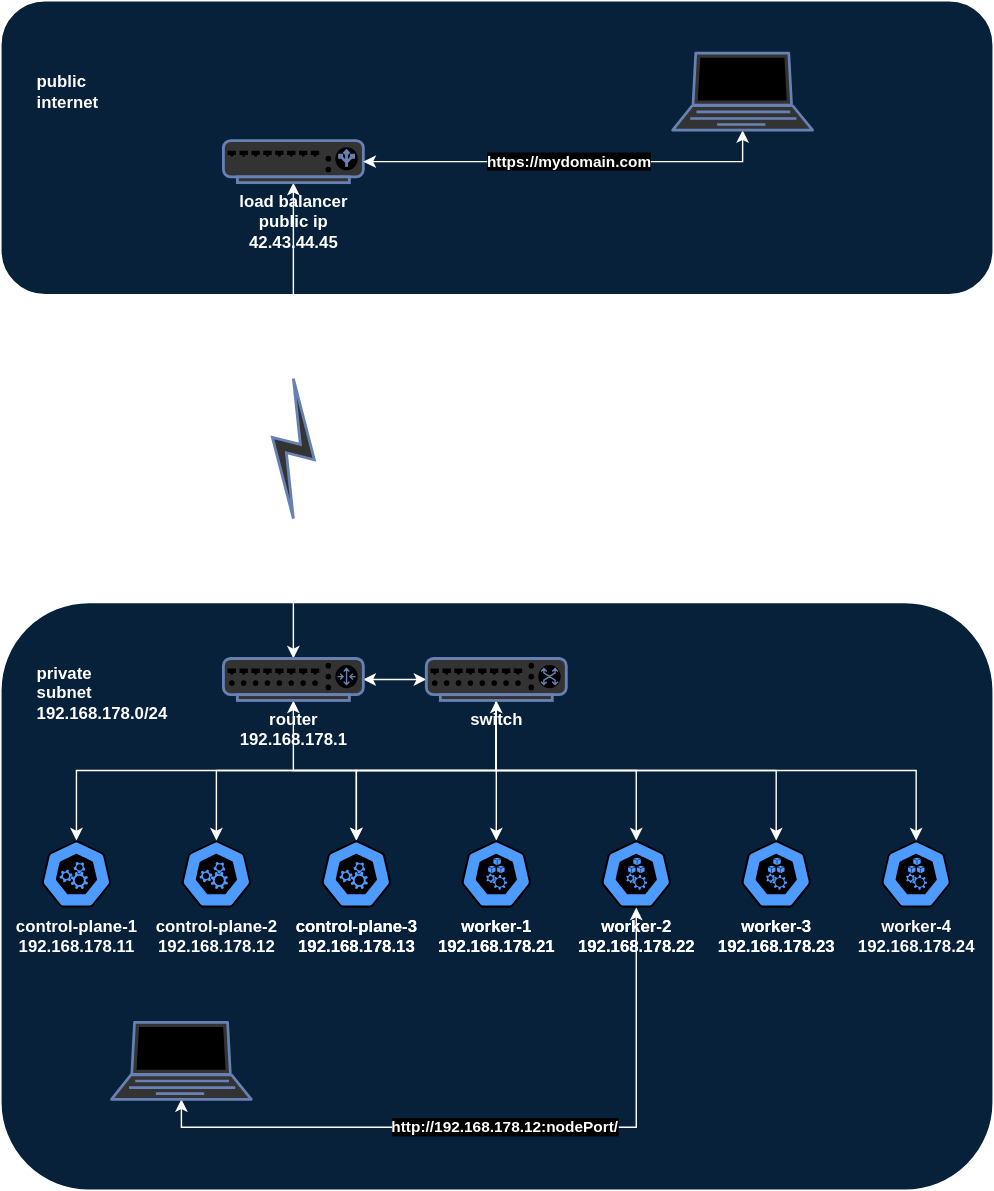
Earlier version of the draw.io export doku/kuba-network.svg (bihalu/kuba). Source tidied: cells renumbered, new cells last; positions are measured from the earlier drawing's top-left corner, leaving out a move shared by most shapes.
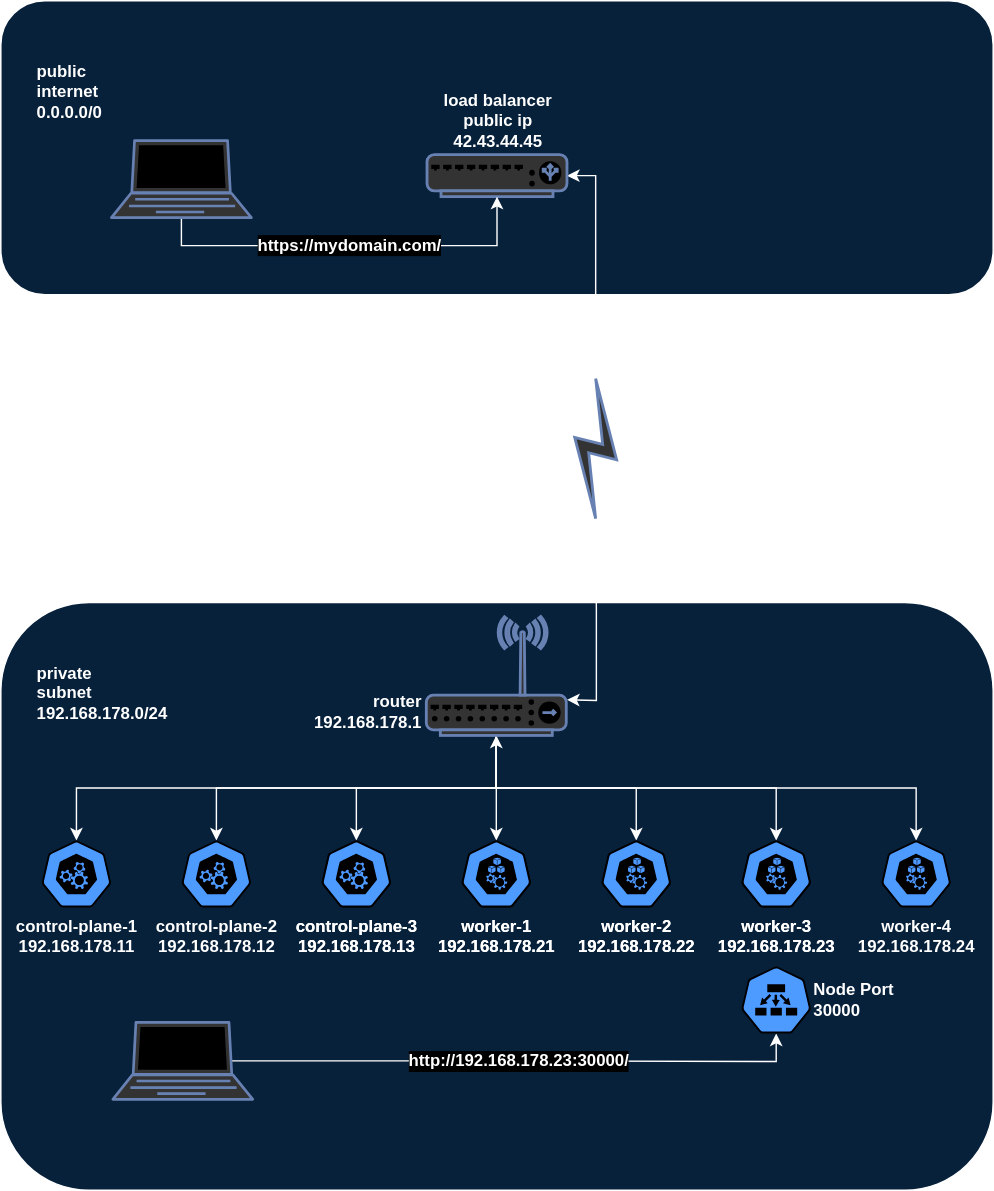
The same diagram one commit later.

The edit, as a diff of the source:
```diff
@@ -5,9 +5,15 @@
     <mxCell id="2" style="rounded=1;whiteSpace=wrap;html=1;align=center;fillColor=#CCE5FF;fontColor=#66B2FF;fontStyle=1;" parent="1" vertex="1">
       <mxGeometry y="430" width="709" height="420" as="geometry" />
     </mxCell>
+    <mxCell id="37" style="edgeStyle=orthogonalEdgeStyle;rounded=0;jettySize=auto;html=1;exitX=0.5;exitY=0;exitDx=0;exitDy=0;exitPerimeter=0;startArrow=classic;startFill=1;endArrow=none;endFill=0;entryX=0.5;entryY=1;entryDx=0;entryDy=0;entryPerimeter=0;" parent="1" edge="1" source="3" target="14">
+      <mxGeometry relative="1" as="geometry" />
+    </mxCell>
     <mxCell id="3" value="control-plane-1&lt;br&gt;192.168.178.11" style="sketch=0;html=1;dashed=0;whitespace=wrap;fillColor=#2875E2;strokeColor=#ffffff;points=[[0.005,0.63,0],[0.1,0.2,0],[0.9,0.2,0],[0.5,0,0],[0.995,0.63,0],[0.72,0.99,0],[0.5,1,0],[0.28,0.99,0]];verticalLabelPosition=bottom;align=center;verticalAlign=top;shape=mxgraph.kubernetes.icon;prIcon=master;fontStyle=1;" parent="1" vertex="1">
       <mxGeometry x="29" y="600" width="50" height="48" as="geometry" />
     </mxCell>
+    <mxCell id="38" style="edgeStyle=orthogonalEdgeStyle;rounded=0;jettySize=auto;html=1;exitX=0.5;exitY=0;exitDx=0;exitDy=0;exitPerimeter=0;entryX=0.5;entryY=1;entryDx=0;entryDy=0;entryPerimeter=0;startArrow=classic;startFill=1;endArrow=none;endFill=0;" parent="1" edge="1" source="4" target="14">
+      <mxGeometry relative="1" as="geometry" />
+    </mxCell>
     <mxCell id="4" value="control-plane-2&lt;br&gt;192.168.178.12" style="sketch=0;html=1;dashed=0;whitespace=wrap;fillColor=#2875E2;strokeColor=#ffffff;points=[[0.005,0.63,0],[0.1,0.2,0],[0.9,0.2,0],[0.5,0,0],[0.995,0.63,0],[0.72,0.99,0],[0.5,1,0],[0.28,0.99,0]];verticalLabelPosition=bottom;align=center;verticalAlign=top;shape=mxgraph.kubernetes.icon;prIcon=master;fontStyle=1;" parent="1" vertex="1">
       <mxGeometry x="129" y="600" width="50" height="48" as="geometry" />
     </mxCell>
@@ -23,89 +29,82 @@
     <mxCell id="8" value="worker-3&lt;br&gt;192.168.178.23" style="sketch=0;html=1;dashed=0;whitespace=wrap;fillColor=#2875E2;strokeColor=#ffffff;points=[[0.005,0.63,0],[0.1,0.2,0],[0.9,0.2,0],[0.5,0,0],[0.995,0.63,0],[0.72,0.99,0],[0.5,1,0],[0.28,0.99,0]];verticalLabelPosition=bottom;align=center;verticalAlign=top;shape=mxgraph.kubernetes.icon;prIcon=node;fontStyle=1;" parent="1" vertex="1">
       <mxGeometry x="529" y="600" width="50" height="48" as="geometry" />
     </mxCell>
+    <mxCell id="39" style="edgeStyle=orthogonalEdgeStyle;rounded=0;jettySize=auto;html=1;exitX=0.5;exitY=0;exitDx=0;exitDy=0;exitPerimeter=0;entryX=0.5;entryY=1;entryDx=0;entryDy=0;entryPerimeter=0;endArrow=none;endFill=0;startArrow=classic;startFill=1;" parent="1" edge="1" source="9" target="14">
+      <mxGeometry relative="1" as="geometry" />
+    </mxCell>
-    <mxCell id="9" value="worker-4&lt;br&gt;192.168.178.24" style="sketch=0;html=1;dashed=0;whitespace=wrap;fillColor=#2875E2;strokeColor=#ffffff;points=[[0.005,0.63,0],[0.1,0.2,0],[0.9,0.2,0],[0.5,0,0],[0.995,0.63,0],[0.72,0.99,0],[0.5,1,0],[0.28,0.99,0]];verticalLabelPosition=bottom;align=center;verticalAlign=top;shape=mxgraph.kubernetes.icon;prIcon=node;fontStyle=1;" parent="1" vertex="1">
+    <mxCell id="9" value="worker-4&lt;br style=&quot;font-size: 12px;&quot;&gt;192.168.178.24" style="sketch=0;html=1;dashed=0;whitespace=wrap;fillColor=#2875E2;strokeColor=#ffffff;points=[[0.005,0.63,0],[0.1,0.2,0],[0.9,0.2,0],[0.5,0,0],[0.995,0.63,0],[0.72,0.99,0],[0.5,1,0],[0.28,0.99,0]];verticalLabelPosition=bottom;align=center;verticalAlign=top;shape=mxgraph.kubernetes.icon;prIcon=node;fontStyle=1;fontSize=12;" parent="1" vertex="1">
       <mxGeometry x="629" y="600" width="50" height="48" as="geometry" />
     </mxCell>
     <mxCell id="10" value="private&lt;br&gt;subnet 192.168.178.0/24" style="text;html=1;strokeColor=none;fillColor=none;align=left;verticalAlign=middle;whiteSpace=wrap;rounded=0;fontStyle=1;" parent="1" vertex="1">
       <mxGeometry x="24" y="480" width="60" height="30" as="geometry" />
     </mxCell>
-    <mxCell id="11" style="edgeStyle=orthogonalEdgeStyle;rounded=0;jettySize=auto;html=1;exitX=1;exitY=0.5;exitDx=0;exitDy=0;exitPerimeter=0;startArrow=classic;startFill=1;fontStyle=1;" parent="1" edge="1" source="14" target="22">
-      <mxGeometry relative="1" as="geometry" />
-    </mxCell>
-    <mxCell id="12" style="edgeStyle=orthogonalEdgeStyle;rounded=0;jettySize=auto;html=1;exitX=0.5;exitY=0;exitDx=0;exitDy=0;exitPerimeter=0;entryX=0.5;entryY=1;entryDx=0;entryDy=0;entryPerimeter=0;startArrow=classic;startFill=1;" parent="1" edge="1" source="14" target="23">
-      <mxGeometry relative="1" as="geometry" />
+    <mxCell id="12" style="edgeStyle=orthogonalEdgeStyle;rounded=0;jettySize=auto;html=1;exitX=1;exitY=0.7;exitDx=0;exitDy=0;entryX=0.5;entryY=1;entryDx=0;entryDy=0;entryPerimeter=0;startArrow=classic;startFill=1;exitPerimeter=0;" parent="1" edge="1" target="23">
+      <mxGeometry relative="1" as="geometry">
+        <mxPoint x="404.5" y="499.5" as="sourcePoint" />
+      </mxGeometry>
     </mxCell>
-    <mxCell id="13" style="edgeStyle=orthogonalEdgeStyle;rounded=0;jettySize=auto;html=1;fontStyle=1;startArrow=classic;startFill=1;" parent="1" edge="1" source="14" target="5">
-      <mxGeometry relative="1" as="geometry" />
-    </mxCell>
-    <mxCell id="14" value="router&lt;br&gt;192.168.178.1" style="fontColor=#000000;verticalAlign=top;verticalLabelPosition=bottom;labelPosition=center;align=center;html=1;outlineConnect=0;fillColor=#CCCCCC;strokeColor=#6881B3;gradientColor=none;gradientDirection=north;strokeWidth=2;shape=mxgraph.networks.router;fontStyle=1;" parent="1" vertex="1">
-      <mxGeometry x="159" y="470" width="100" height="30" as="geometry" />
-    </mxCell>
-    <mxCell id="15" style="edgeStyle=orthogonalEdgeStyle;rounded=0;jettySize=auto;html=1;exitX=0.5;exitY=1;exitDx=0;exitDy=0;exitPerimeter=0;entryX=0.5;entryY=0;entryDx=0;entryDy=0;entryPerimeter=0;fontStyle=1;" parent="1" edge="1" source="22" target="6">
-      <mxGeometry relative="1" as="geometry" />
-    </mxCell>
-    <mxCell id="16" style="edgeStyle=orthogonalEdgeStyle;rounded=0;jettySize=auto;html=1;exitX=0.5;exitY=1;exitDx=0;exitDy=0;exitPerimeter=0;entryX=0.5;entryY=0;entryDx=0;entryDy=0;entryPerimeter=0;fontStyle=1;" parent="1" edge="1" source="22" target="7">
-      <mxGeometry relative="1" as="geometry" />
-    </mxCell>
-    <mxCell id="17" style="edgeStyle=orthogonalEdgeStyle;rounded=0;jettySize=auto;html=1;exitX=0.5;exitY=1;exitDx=0;exitDy=0;exitPerimeter=0;entryX=0.5;entryY=0;entryDx=0;entryDy=0;entryPerimeter=0;fontStyle=1;" parent="1" edge="1" source="22" target="8">
-      <mxGeometry relative="1" as="geometry" />
-    </mxCell>
-    <mxCell id="18" style="edgeStyle=orthogonalEdgeStyle;rounded=0;jettySize=auto;html=1;exitX=0.5;exitY=1;exitDx=0;exitDy=0;exitPerimeter=0;entryX=0.5;entryY=0;entryDx=0;entryDy=0;entryPerimeter=0;fontStyle=1;" parent="1" edge="1" source="22" target="9">
-      <mxGeometry relative="1" as="geometry" />
-    </mxCell>
-    <mxCell id="19" style="edgeStyle=orthogonalEdgeStyle;rounded=0;jettySize=auto;html=1;exitX=0.5;exitY=1;exitDx=0;exitDy=0;exitPerimeter=0;fontStyle=1;" parent="1" edge="1" source="22" target="5">
-      <mxGeometry relative="1" as="geometry" />
-    </mxCell>
-    <mxCell id="20" style="edgeStyle=orthogonalEdgeStyle;rounded=0;jettySize=auto;html=1;exitX=0.5;exitY=1;exitDx=0;exitDy=0;exitPerimeter=0;entryX=0.5;entryY=0;entryDx=0;entryDy=0;entryPerimeter=0;fontStyle=1;" parent="1" edge="1" source="22" target="4">
-      <mxGeometry relative="1" as="geometry" />
-    </mxCell>
-    <mxCell id="21" style="edgeStyle=orthogonalEdgeStyle;rounded=0;jettySize=auto;html=1;exitX=0.5;exitY=1;exitDx=0;exitDy=0;exitPerimeter=0;entryX=0.5;entryY=0;entryDx=0;entryDy=0;entryPerimeter=0;startArrow=classic;startFill=1;fontStyle=1;" parent="1" edge="1" source="22" target="3">
-      <mxGeometry relative="1" as="geometry" />
-    </mxCell>
-    <mxCell id="22" value="switch" style="fontColor=#000000;verticalAlign=top;verticalLabelPosition=bottom;labelPosition=center;align=center;html=1;outlineConnect=0;fillColor=#CCCCCC;strokeColor=#6881B3;gradientColor=none;gradientDirection=north;strokeWidth=2;shape=mxgraph.networks.switch;fontStyle=1;" parent="1" vertex="1">
-      <mxGeometry x="304" y="470" width="100" height="30" as="geometry" />
-    </mxCell>
     <mxCell id="23" style="fontColor=#0066CC;verticalAlign=top;verticalLabelPosition=bottom;labelPosition=center;align=center;html=1;outlineConnect=0;fillColor=#CCCCCC;strokeColor=#6881B3;gradientColor=none;gradientDirection=north;strokeWidth=2;shape=mxgraph.networks.comm_link;" parent="1" vertex="1">
-      <mxGeometry x="194" y="270" width="30" height="100" as="geometry" />
+      <mxGeometry x="410" y="270" width="30" height="100" as="geometry" />
     </mxCell>
     <mxCell id="24" style="rounded=1;whiteSpace=wrap;html=1;align=center;fillColor=#CCE5FF;fontStyle=1;fontColor=#000000;" parent="1" vertex="1">
       <mxGeometry width="709" height="210" as="geometry" />
     </mxCell>
-    <mxCell id="25" value="public&lt;br&gt;internet" style="text;html=1;strokeColor=none;fillColor=none;align=left;verticalAlign=middle;whiteSpace=wrap;rounded=0;fontStyle=1;fontColor=#000000;" parent="1" vertex="1">
+    <mxCell id="25" value="public&lt;br&gt;internet&lt;br&gt;0.0.0.0/0" style="text;html=1;strokeColor=none;fillColor=none;align=left;verticalAlign=middle;whiteSpace=wrap;rounded=0;fontStyle=1;fontColor=#000000;" parent="1" vertex="1">
       <mxGeometry x="24" y="50" width="60" height="30" as="geometry" />
     </mxCell>
-    <mxCell id="26" style="edgeStyle=orthogonalEdgeStyle;rounded=0;jettySize=auto;html=1;exitX=0.5;exitY=1;exitDx=0;exitDy=0;exitPerimeter=0;entryX=0.5;entryY=0;entryDx=0;entryDy=0;entryPerimeter=0;startArrow=classic;startFill=1;" parent="1" edge="1" source="27" target="23">
+    <mxCell id="26" style="edgeStyle=orthogonalEdgeStyle;rounded=0;jettySize=auto;html=1;exitX=1;exitY=0.5;exitDx=0;exitDy=0;exitPerimeter=0;entryX=0.5;entryY=0;entryDx=0;entryDy=0;entryPerimeter=0;startArrow=classic;startFill=1;" parent="1" edge="1" source="27" target="23">
       <mxGeometry relative="1" as="geometry" />
     </mxCell>
-    <mxCell id="27" value="load balancer&lt;br&gt;public ip&lt;br&gt;42.43.44.45" style="fontColor=#000000;verticalAlign=top;verticalLabelPosition=bottom;labelPosition=center;align=center;html=1;outlineConnect=0;fillColor=#CCCCCC;strokeColor=#6881B3;gradientColor=none;gradientDirection=north;strokeWidth=2;shape=mxgraph.networks.load_balancer;fontStyle=1;" parent="1" vertex="1">
-      <mxGeometry x="159" y="100" width="100" height="30" as="geometry" />
+    <mxCell id="27" value="load balancer&lt;br&gt;public ip&lt;br&gt;42.43.44.45" style="fontColor=#000000;verticalAlign=bottom;verticalLabelPosition=top;labelPosition=center;align=center;html=1;outlineConnect=0;fillColor=#CCCCCC;strokeColor=#6881B3;gradientColor=none;gradientDirection=north;strokeWidth=2;shape=mxgraph.networks.load_balancer;fontStyle=1;" parent="1" vertex="1">
+      <mxGeometry x="304.5" y="110" width="100" height="30" as="geometry" />
     </mxCell>
-    <mxCell id="28" value="VPN &lt;br&gt;site-to-site&lt;br&gt;e.g. wireguard" style="text;html=1;strokeColor=none;fillColor=none;align=center;verticalAlign=middle;whiteSpace=wrap;rounded=0;fontStyle=1;" parent="1" vertex="1">
-      <mxGeometry x="229" y="290" width="111" height="30" as="geometry" />
+    <mxCell id="28" value="VPN &lt;br&gt;site-to-site&lt;br&gt;e.g. wireguard" style="text;html=1;strokeColor=none;fillColor=none;align=left;verticalAlign=middle;whiteSpace=wrap;rounded=0;fontStyle=1;" parent="1" vertex="1">
+      <mxGeometry x="450" y="300" width="111" height="30" as="geometry" />
     </mxCell>
-    <mxCell id="29" value="https://mydomain.com" style="edgeStyle=orthogonalEdgeStyle;rounded=0;jettySize=auto;html=1;exitX=0.5;exitY=1;exitDx=0;exitDy=0;exitPerimeter=0;entryX=1;entryY=0.5;entryDx=0;entryDy=0;entryPerimeter=0;startArrow=classic;startFill=1;fontStyle=1;fontColor=#000000;" parent="1" edge="1" source="30" target="27">
+    <mxCell id="29" value="https://mydomain.com/" style="edgeStyle=orthogonalEdgeStyle;rounded=0;jettySize=auto;html=1;exitX=0.5;exitY=1;exitDx=0;exitDy=0;exitPerimeter=0;entryX=0.5;entryY=1;entryDx=0;entryDy=0;entryPerimeter=0;fontSize=12;fontStyle=1;" parent="1" edge="1" source="30" target="27">
       <mxGeometry relative="1" as="geometry" />
     </mxCell>
     <mxCell id="30" style="fontColor=#000000;verticalAlign=top;verticalLabelPosition=bottom;labelPosition=center;align=center;html=1;outlineConnect=0;fillColor=#CCCCCC;strokeColor=#6881B3;gradientColor=none;gradientDirection=north;strokeWidth=2;shape=mxgraph.networks.laptop;fontStyle=1;" parent="1" vertex="1">
-      <mxGeometry x="480" y="37.5" width="100" height="55" as="geometry" />
+      <mxGeometry x="79" y="100" width="100" height="55" as="geometry" />
     </mxCell>
-    <mxCell id="31" value="http://192.168.178.12:nodePort/" style="edgeStyle=orthogonalEdgeStyle;rounded=0;jettySize=auto;html=1;exitX=0.5;exitY=1;exitDx=0;exitDy=0;exitPerimeter=0;startArrow=classic;startFill=1;fontStyle=1;entryX=0.5;entryY=1;entryDx=0;entryDy=0;entryPerimeter=0;" parent="1" edge="1" source="32" target="34">
+    <mxCell id="31" value="http://192.168.178.23:30000/" style="edgeStyle=orthogonalEdgeStyle;rounded=0;jettySize=auto;html=1;exitX=0.85;exitY=0.5;exitDx=0;exitDy=0;exitPerimeter=0;startArrow=none;startFill=0;fontStyle=1;entryX=0.5;entryY=1;entryDx=0;entryDy=0;entryPerimeter=0;fontSize=12;" parent="1" edge="1" source="32" target="44">
       <mxGeometry relative="1" as="geometry" />
     </mxCell>
     <mxCell id="32" style="fontColor=#0066CC;verticalAlign=top;verticalLabelPosition=bottom;labelPosition=center;align=center;html=1;outlineConnect=0;fillColor=#CCCCCC;strokeColor=#6881B3;gradientColor=none;gradientDirection=north;strokeWidth=2;shape=mxgraph.networks.laptop;fontStyle=1;" parent="1" vertex="1">
-      <mxGeometry x="79" y="730" width="100" height="55" as="geometry" />
+      <mxGeometry x="80" y="730" width="100" height="55" as="geometry" />
     </mxCell>
+    <mxCell id="40" style="edgeStyle=orthogonalEdgeStyle;rounded=0;jettySize=auto;html=1;exitX=0.5;exitY=0;exitDx=0;exitDy=0;exitPerimeter=0;entryX=0.5;entryY=1;entryDx=0;entryDy=0;entryPerimeter=0;endArrow=none;endFill=0;startArrow=classic;startFill=1;" parent="1" edge="1" source="33" target="14">
+      <mxGeometry relative="1" as="geometry" />
+    </mxCell>
     <mxCell id="33" value="worker-3&lt;br&gt;192.168.178.23" style="sketch=0;html=1;dashed=0;whitespace=wrap;fillColor=#2875E2;strokeColor=#ffffff;points=[[0.005,0.63,0],[0.1,0.2,0],[0.9,0.2,0],[0.5,0,0],[0.995,0.63,0],[0.72,0.99,0],[0.5,1,0],[0.28,0.99,0]];verticalLabelPosition=bottom;align=center;verticalAlign=top;shape=mxgraph.kubernetes.icon;prIcon=node;fontStyle=1;" parent="1" vertex="1">
       <mxGeometry x="529" y="600" width="50" height="48" as="geometry" />
     </mxCell>
+    <mxCell id="41" style="edgeStyle=orthogonalEdgeStyle;rounded=0;jettySize=auto;html=1;exitX=0.5;exitY=0;exitDx=0;exitDy=0;exitPerimeter=0;entryX=0.5;entryY=1;entryDx=0;entryDy=0;entryPerimeter=0;endArrow=none;endFill=0;startArrow=classic;startFill=1;" parent="1" edge="1" source="34" target="14">
+      <mxGeometry relative="1" as="geometry" />
+    </mxCell>
     <mxCell id="34" value="worker-2&lt;br&gt;192.168.178.22" style="sketch=0;html=1;dashed=0;whitespace=wrap;fillColor=#2875E2;strokeColor=#ffffff;points=[[0.005,0.63,0],[0.1,0.2,0],[0.9,0.2,0],[0.5,0,0],[0.995,0.63,0],[0.72,0.99,0],[0.5,1,0],[0.28,0.99,0]];verticalLabelPosition=bottom;align=center;verticalAlign=top;shape=mxgraph.kubernetes.icon;prIcon=node;fontStyle=1;" parent="1" vertex="1">
       <mxGeometry x="429" y="600" width="50" height="48" as="geometry" />
     </mxCell>
+    <mxCell id="42" style="edgeStyle=orthogonalEdgeStyle;rounded=0;jettySize=auto;html=1;exitX=0.5;exitY=0;exitDx=0;exitDy=0;exitPerimeter=0;entryX=0.5;entryY=1;entryDx=0;entryDy=0;entryPerimeter=0;startArrow=classic;startFill=1;" parent="1" edge="1" source="35" target="14">
+      <mxGeometry relative="1" as="geometry" />
+    </mxCell>
     <mxCell id="35" value="worker-1&lt;br&gt;192.168.178.21" style="sketch=0;html=1;dashed=0;whitespace=wrap;fillColor=#2875E2;strokeColor=#ffffff;points=[[0.005,0.63,0],[0.1,0.2,0],[0.9,0.2,0],[0.5,0,0],[0.995,0.63,0],[0.72,0.99,0],[0.5,1,0],[0.28,0.99,0]];verticalLabelPosition=bottom;align=center;verticalAlign=top;shape=mxgraph.kubernetes.icon;prIcon=node;fontStyle=1;" parent="1" vertex="1">
       <mxGeometry x="329" y="600" width="50" height="48" as="geometry" />
     </mxCell>
+    <mxCell id="43" style="edgeStyle=orthogonalEdgeStyle;rounded=0;jettySize=auto;html=1;exitX=0.5;exitY=0;exitDx=0;exitDy=0;exitPerimeter=0;entryX=0.5;entryY=1;entryDx=0;entryDy=0;entryPerimeter=0;endArrow=none;endFill=0;startArrow=classic;startFill=1;" parent="1" edge="1" source="36" target="14">
+      <mxGeometry relative="1" as="geometry" />
+    </mxCell>
     <mxCell id="36" value="control-plane-3&lt;br&gt;192.168.178.13" style="sketch=0;html=1;dashed=0;whitespace=wrap;fillColor=#2875E2;strokeColor=#ffffff;points=[[0.005,0.63,0],[0.1,0.2,0],[0.9,0.2,0],[0.5,0,0],[0.995,0.63,0],[0.72,0.99,0],[0.5,1,0],[0.28,0.99,0]];verticalLabelPosition=bottom;align=center;verticalAlign=top;shape=mxgraph.kubernetes.icon;prIcon=master;fontStyle=1;" parent="1" vertex="1">
       <mxGeometry x="229" y="600" width="50" height="48" as="geometry" />
     </mxCell>
+    <mxCell id="44" value="Node Port&lt;br&gt;30000" style="sketch=0;html=1;dashed=0;whitespace=wrap;fillColor=#2875E2;strokeColor=#ffffff;points=[[0.005,0.63,0],[0.1,0.2,0],[0.9,0.2,0],[0.5,0,0],[0.995,0.63,0],[0.72,0.99,0],[0.5,1,0],[0.28,0.99,0]];verticalLabelPosition=middle;align=left;verticalAlign=middle;shape=mxgraph.kubernetes.icon;prIcon=ep;labelPosition=right;fontStyle=1;" parent="1" vertex="1">
+      <mxGeometry x="529" y="690" width="50" height="48" as="geometry" />
+    </mxCell>
+    <mxCell id="14" value="router&lt;br&gt;&lt;div style=&quot;text-align: right;&quot;&gt;&lt;span style=&quot;background-color: initial;&quot;&gt;192.168.178.1&lt;/span&gt;&lt;/div&gt;" style="fontColor=#000000;verticalAlign=bottom;verticalLabelPosition=middle;labelPosition=left;align=right;html=1;outlineConnect=0;fillColor=#CCCCCC;strokeColor=#6881B3;gradientColor=none;gradientDirection=north;strokeWidth=2;shape=mxgraph.networks.wireless_hub;fontStyle=1;spacing=2;spacingRight=2;" parent="1" vertex="1">
+      <mxGeometry x="304" y="440" width="100" height="85" as="geometry" />
+    </mxCell>
+    <mxCell id="45" style="edgeStyle=orthogonalEdgeStyle;rounded=0;orthogonalLoop=1;jettySize=auto;html=1;exitX=0.5;exitY=1;exitDx=0;exitDy=0;" parent="1" edge="1" source="28" target="28">
+      <mxGeometry relative="1" as="geometry" />
+    </mxCell>
   </root>
 </mxGraphModel>
```
